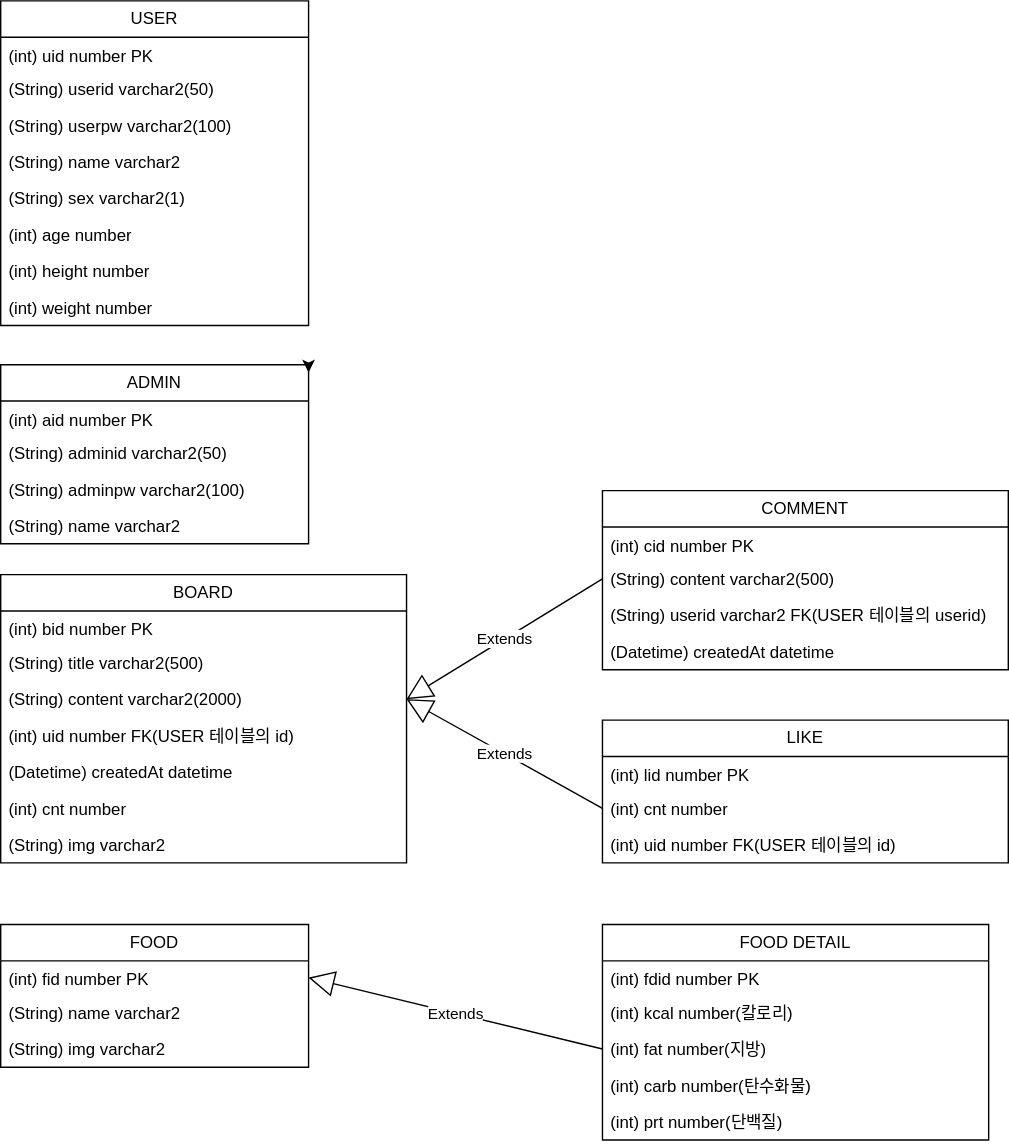
Above: document/제목 없는 다이어그램.drawio.svg in checkIn97/Diet-Project (draw.io), before the change. Source tidied: cells renumbered, new cells last; positions are measured from the earlier drawing's top-left corner, leaving out a move shared by most shapes.
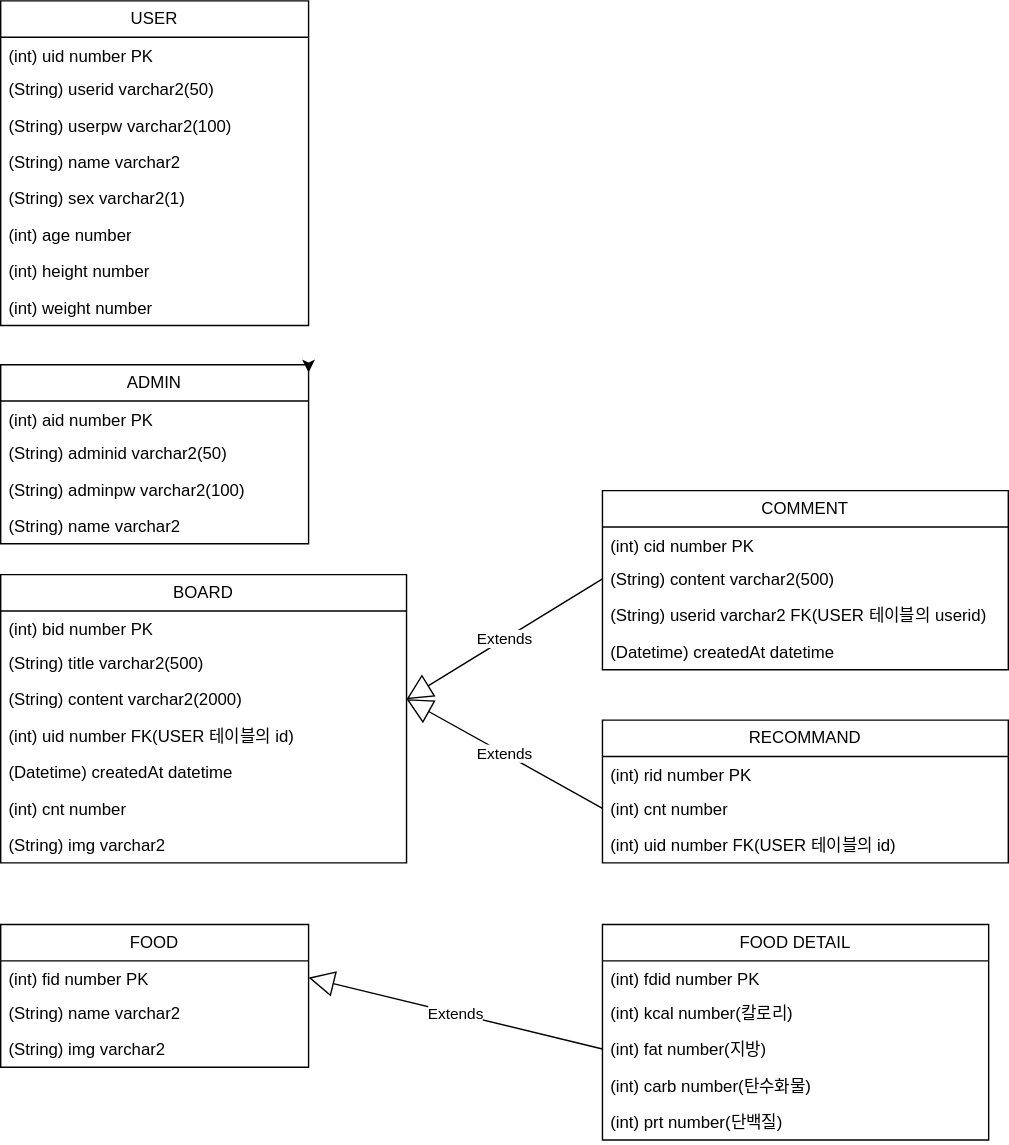
The same diagram one commit later.

Commit message:
제목 없는 다이어그램.drawio.svg 업데이트

Diff of the diagram source:
```diff
@@ -98,10 +98,10 @@
     <mxCell id="33" value="(Datetime) createdAt datetime" style="text;strokeColor=none;fillColor=none;align=left;verticalAlign=top;spacingLeft=4;spacingRight=4;overflow=hidden;whiteSpace=wrap;html=1;" parent="29" vertex="1">
       <mxGeometry y="102" width="290" height="26" as="geometry" />
     </mxCell>
-    <mxCell id="34" value="LIKE" style="swimlane;fontStyle=0;horizontal=1;startSize=26;fillColor=none;whiteSpace=wrap;html=1;" parent="1" vertex="1">
+    <mxCell id="34" value="RECOMMAND" style="swimlane;fontStyle=0;horizontal=1;startSize=26;fillColor=none;whiteSpace=wrap;html=1;" parent="1" vertex="1">
       <mxGeometry x="430" y="514" width="290" height="102" as="geometry" />
     </mxCell>
-    <mxCell id="35" value="(int) lid number PK" style="text;strokeColor=none;fillColor=none;align=left;verticalAlign=top;spacingLeft=4;spacingRight=4;overflow=hidden;whiteSpace=wrap;html=1;" parent="34" vertex="1">
+    <mxCell id="35" value="(int) rid number PK" style="text;strokeColor=none;fillColor=none;align=left;verticalAlign=top;spacingLeft=4;spacingRight=4;overflow=hidden;whiteSpace=wrap;html=1;" parent="34" vertex="1">
       <mxGeometry y="26" width="290" height="24" as="geometry" />
     </mxCell>
     <mxCell id="36" value="(int) cnt number" style="text;strokeColor=none;fillColor=none;align=left;verticalAlign=top;spacingLeft=4;spacingRight=4;overflow=hidden;points=[[0,0.5],[1,0.5]];portConstraint=eastwest;whiteSpace=wrap;html=1;" parent="34" vertex="1">
```
